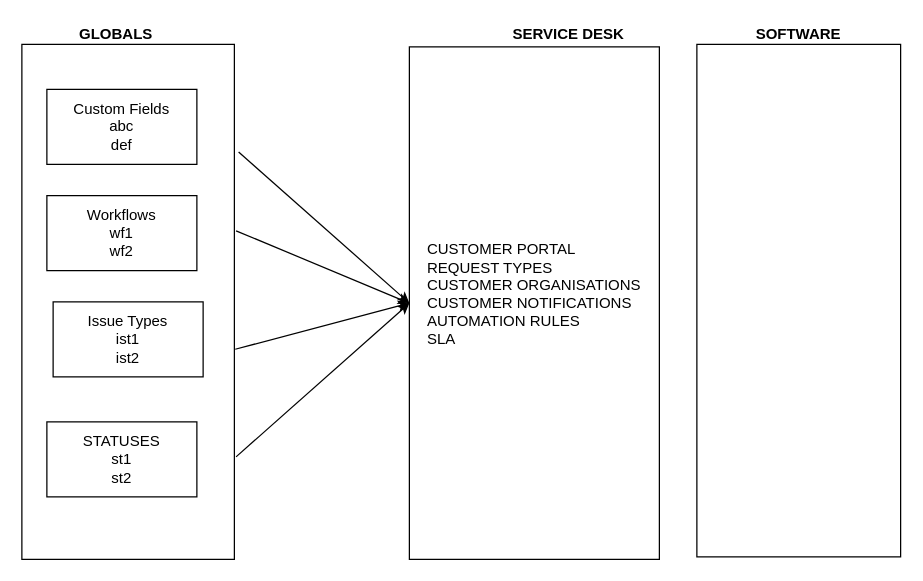
This is Untitled Diagram.drawio from server2245/nrf52-IR, a draw.io file, before an edit. Source tidied: cells renumbered, new cells numbered last; positions are measured from the earlier drawing's top-left corner, leaving out a move shared by most shapes. Both pictures are drawn from the tidied source at 125%, with x=0, y=0 at pixel (21, 21).
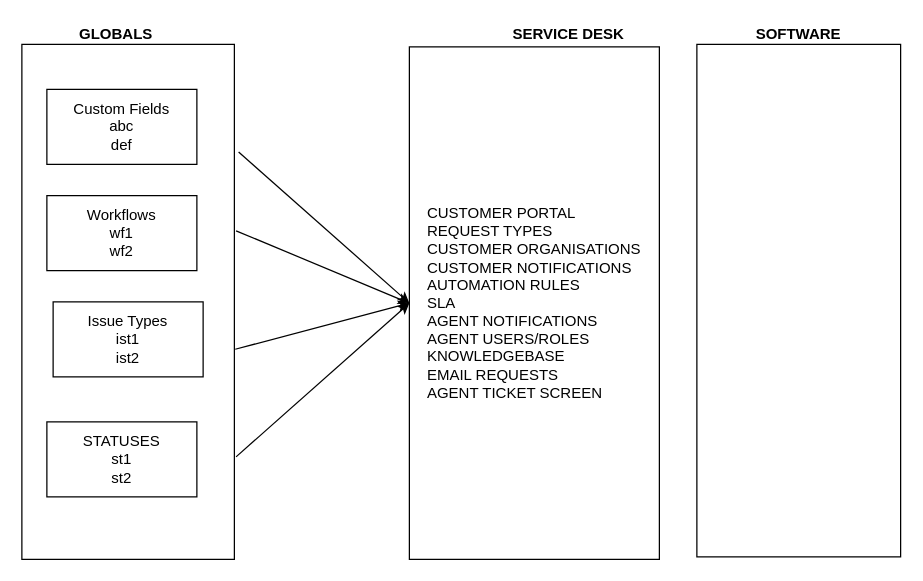
The same diagram, later.

Diff of the diagram source:
```diff
@@
 <mxGraphModel>
   <root>
     <mxCell id="0" />
     <mxCell id="1" parent="0" />
     <mxCell id="2" value="Custom Fields&lt;br&gt;abc&lt;br&gt;def" style="rounded=0;whiteSpace=wrap;html=1;" parent="1" vertex="1">
       <mxGeometry x="20" y="54" width="120" height="60" as="geometry" />
     </mxCell>
     <mxCell id="3" value="Workflows&lt;br&gt;wf1&lt;br&gt;wf2" style="rounded=0;whiteSpace=wrap;html=1;" parent="1" vertex="1">
       <mxGeometry x="20" y="139" width="120" height="60" as="geometry" />
     </mxCell>
     <mxCell id="4" value="Issue Types&lt;br&gt;ist1&lt;br&gt;ist2" style="rounded=0;whiteSpace=wrap;html=1;" parent="1" vertex="1">
       <mxGeometry x="25" y="224" width="120" height="60" as="geometry" />
     </mxCell>
     <mxCell id="5" style="rounded=0;whiteSpace=wrap;html=1;fillColor=none;" parent="1" vertex="1">
       <mxGeometry y="18" width="170" height="412" as="geometry" />
     </mxCell>
     <mxCell id="6" value="&lt;b&gt;GLOBALS&lt;/b&gt;" style="text;html=1;align=center;verticalAlign=middle;" parent="1" vertex="1">
       <mxGeometry x="40" width="70" height="20" as="geometry" />
     </mxCell>
-    <mxCell id="7" value="&lt;div style=&quot;text-align: left&quot;&gt;&lt;span&gt;CUSTOMER PORTAL&lt;/span&gt;&lt;br&gt;&lt;span&gt;REQUEST TYPES&lt;/span&gt;&lt;br&gt;&lt;span&gt;CUSTOMER ORGANISATIONS&lt;/span&gt;&lt;br&gt;&lt;span&gt;CUSTOMER NOTIFICATIONS&lt;/span&gt;&lt;br&gt;&lt;span&gt;AUTOMATION RULES&lt;/span&gt;&lt;br&gt;&lt;span&gt;SLA&lt;/span&gt;&lt;/div&gt;&lt;span&gt;&lt;div style=&quot;text-align: left&quot;&gt;&lt;span&gt;&lt;br&gt;&lt;/span&gt;&lt;/div&gt;&lt;/span&gt;" style="rounded=0;whiteSpace=wrap;html=1;fillColor=none;" parent="1" vertex="1">
+    <mxCell id="7" value="&lt;div style=&quot;text-align: left&quot;&gt;&lt;span&gt;CUSTOMER PORTAL&lt;/span&gt;&lt;br&gt;&lt;span&gt;REQUEST TYPES&lt;/span&gt;&lt;br&gt;&lt;span&gt;CUSTOMER ORGANISATIONS&lt;/span&gt;&lt;br&gt;&lt;span&gt;CUSTOMER NOTIFICATIONS&lt;/span&gt;&lt;br&gt;&lt;span&gt;AUTOMATION RULES&lt;/span&gt;&lt;br&gt;&lt;span&gt;SLA&lt;/span&gt;&lt;/div&gt;&lt;span&gt;&lt;div style=&quot;text-align: left&quot;&gt;&lt;span&gt;AGENT NOTIFICATIONS&lt;/span&gt;&lt;/div&gt;&lt;div style=&quot;text-align: left&quot;&gt;&lt;span&gt;AGENT USERS/ROLES&lt;/span&gt;&lt;/div&gt;&lt;div style=&quot;text-align: left&quot;&gt;KNOWLEDGEBASE&lt;/div&gt;&lt;div style=&quot;text-align: left&quot;&gt;EMAIL REQUESTS&lt;/div&gt;&lt;div style=&quot;text-align: left&quot;&gt;AGENT TICKET SCREEN&lt;/div&gt;&lt;/span&gt;" style="rounded=0;whiteSpace=wrap;html=1;fillColor=none;" parent="1" vertex="1">
       <mxGeometry x="310" y="20" width="200" height="410" as="geometry" />
     </mxCell>
     <mxCell id="8" value="&lt;b&gt;SERVICE DESK&lt;/b&gt;" style="text;html=1;align=center;verticalAlign=middle;" parent="1" vertex="1">
       <mxGeometry x="386.5" width="100" height="20" as="geometry" />
     </mxCell>
     <mxCell id="9" style="endArrow=classic;html=1;exitX=1.02;exitY=0.209;exitDx=0;exitDy=0;exitPerimeter=0;entryX=0;entryY=0.5;entryDx=0;entryDy=0;" parent="1" edge="1" source="5" target="7">
       <mxGeometry relative="1" as="geometry" />
     </mxCell>
     <mxCell id="10" style="endArrow=classic;html=1;exitX=1.008;exitY=0.362;exitDx=0;exitDy=0;entryX=0;entryY=0.5;entryDx=0;entryDy=0;exitPerimeter=0;" parent="1" edge="1" source="5" target="7">
       <mxGeometry relative="1" as="geometry" />
     </mxCell>
     <mxCell id="11" style="endArrow=classic;html=1;exitX=1.004;exitY=0.592;exitDx=0;exitDy=0;exitPerimeter=0;entryX=0;entryY=0.5;entryDx=0;entryDy=0;" parent="1" edge="1" source="5" target="7">
       <mxGeometry relative="1" as="geometry" />
     </mxCell>
     <mxCell id="12" value="STATUSES&lt;br&gt;st1&lt;br&gt;st2" style="rounded=0;whiteSpace=wrap;html=1;fillColor=none;" parent="1" vertex="1">
       <mxGeometry x="20" y="320" width="120" height="60" as="geometry" />
     </mxCell>
     <mxCell id="13" style="endArrow=classic;html=1;exitX=1.008;exitY=0.801;exitDx=0;exitDy=0;exitPerimeter=0;entryX=0;entryY=0.5;entryDx=0;entryDy=0;" parent="1" edge="1" source="5" target="7">
       <mxGeometry relative="1" as="geometry" />
     </mxCell>
     <mxCell id="14" style="rounded=0;whiteSpace=wrap;html=1;fillColor=none;" parent="1" vertex="1">
       <mxGeometry x="540" y="18" width="163" height="410" as="geometry" />
     </mxCell>
     <mxCell id="15" value="&lt;b&gt;SOFTWARE&lt;/b&gt;" style="text;html=1;align=center;verticalAlign=middle;" parent="1" vertex="1">
       <mxGeometry x="581" width="80" height="20" as="geometry" />
     </mxCell>
   </root>
 </mxGraphModel>
```
